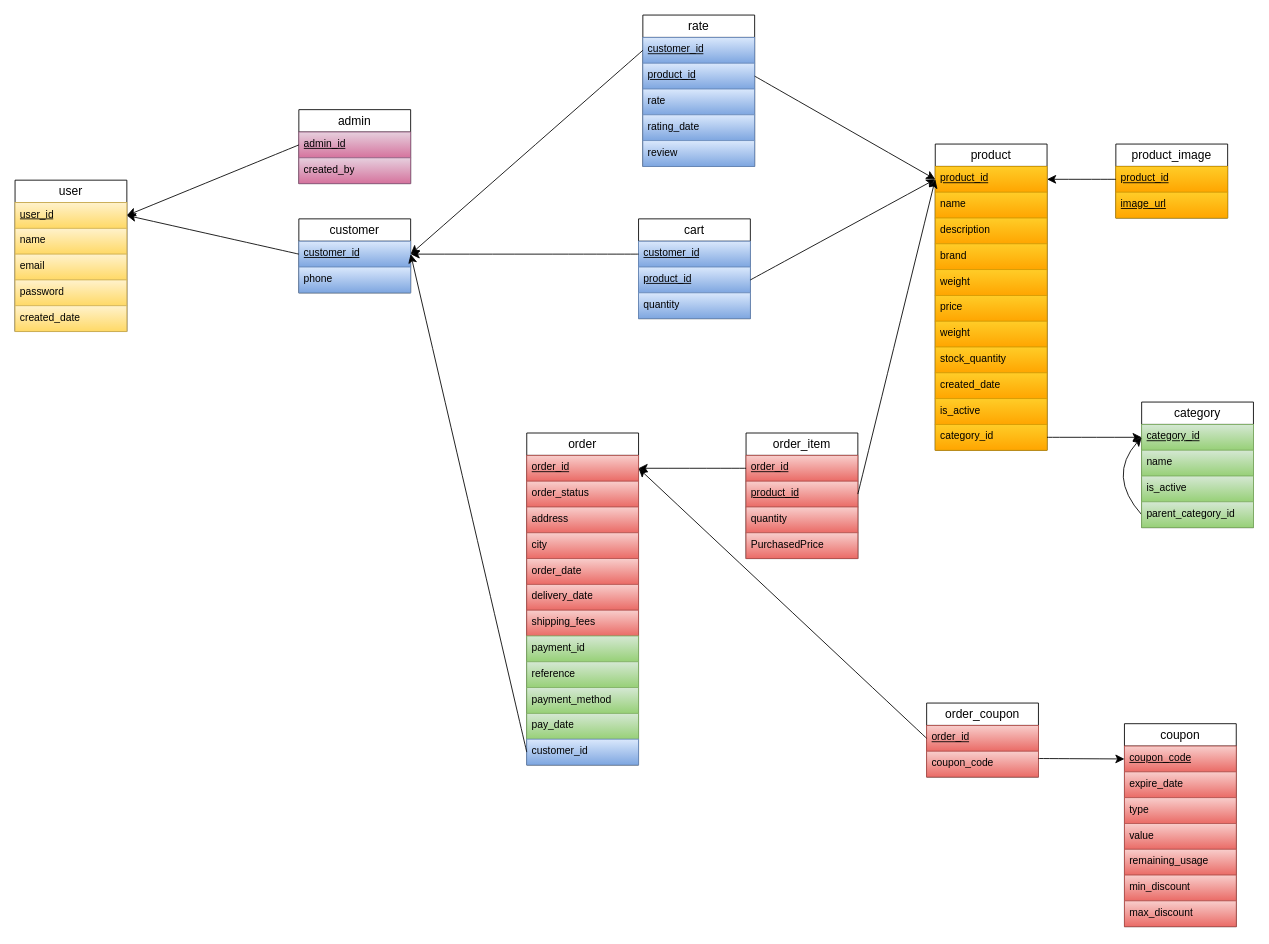
Earlier version of the draw.io diagram Online Store Schema.drawio (KerollosRady/Online-Store-Database). Source tidied: cells renumbered, new cells numbered last; positions are measured from the earlier drawing's top-left corner, leaving out a move shared by most shapes. Both pictures are drawn from the tidied source at 86%, with x=0, y=0 at pixel (15, 15).
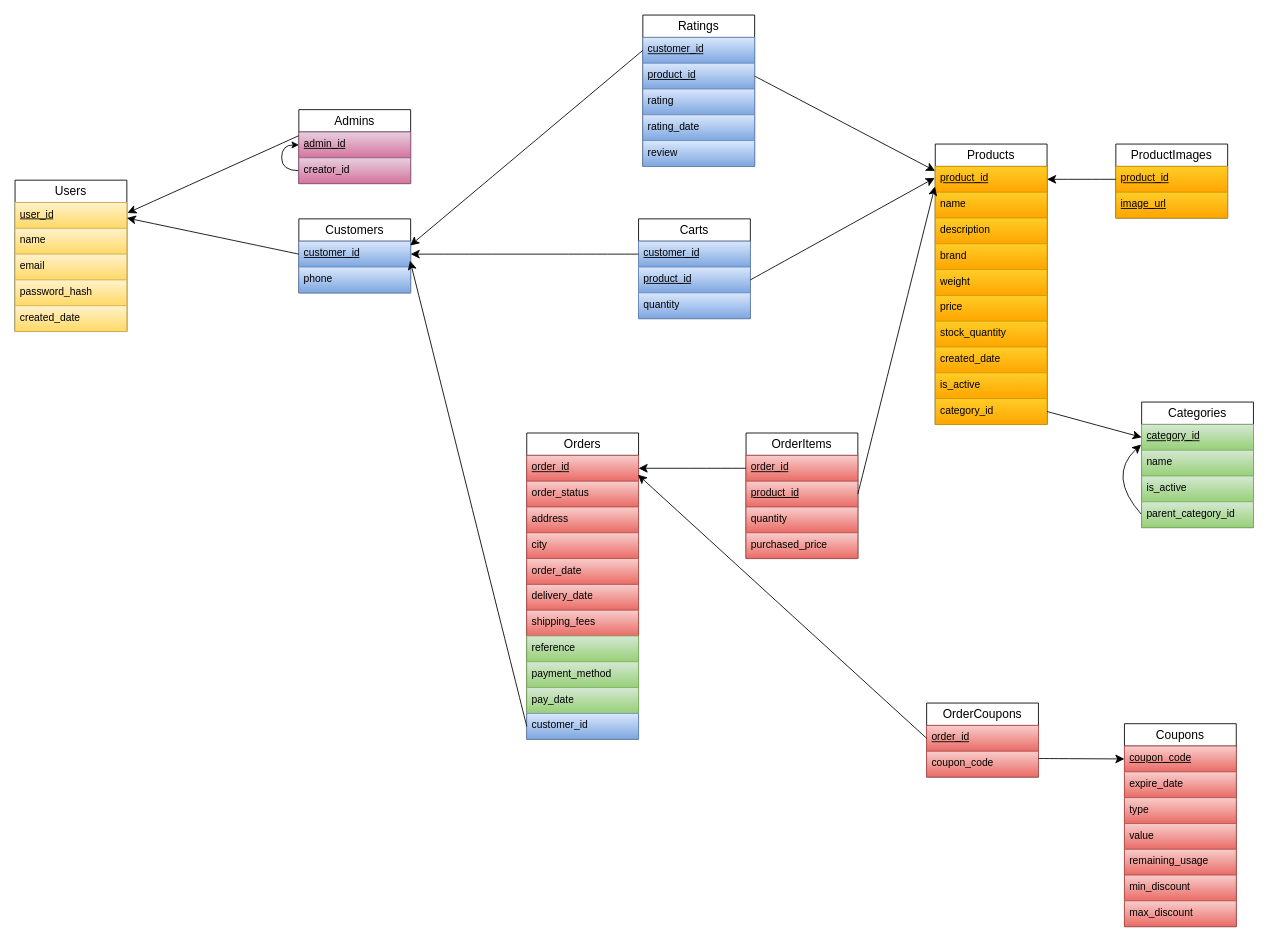
Above is the later version.

Commit message (it also covers changes not shown here):
Fix admin creation relationship and standardize entity names

The change refers to these unchanged cells:
```xml
<mxCell id="3" value="&lt;u&gt;user_id&lt;/u&gt;" style="text;spacingLeft=4;spacingRight=4;overflow=hidden;points=[[0,0.5],[1,0.5]];portConstraint=eastwest;fontSize=12;whiteSpace=wrap;html=1;fontStyle=0;fillColor=#fff2cc;gradientColor=#ffd966;strokeColor=#d6b656;" parent="2" vertex="1">
  <mxGeometry y="26" width="130" height="30" as="geometry" />
</mxCell>
<mxCell id="9" value="&lt;u&gt;admin_id&lt;/u&gt;" style="text;spacingLeft=4;spacingRight=4;overflow=hidden;points=[[0,0.5],[1,0.5]];portConstraint=eastwest;fontSize=12;whiteSpace=wrap;html=1;fontStyle=0;fillColor=#e6d0de;gradientColor=#d5739d;strokeColor=#996185;" parent="8" vertex="1">
  <mxGeometry y="26" width="130" height="30" as="geometry" />
</mxCell>
<mxCell id="12" value="&lt;u&gt;customer_id&lt;/u&gt;" style="text;spacingLeft=4;spacingRight=4;overflow=hidden;points=[[0,0.5],[1,0.5]];portConstraint=eastwest;fontSize=12;whiteSpace=wrap;html=1;fontStyle=0;fillColor=#dae8fc;gradientColor=#7ea6e0;strokeColor=#6c8ebf;" parent="11" vertex="1">
  <mxGeometry y="26" width="130" height="30" as="geometry" />
</mxCell>
<mxCell id="17" value="&lt;u&gt;product_id&lt;span style=&quot;white-space: pre;&quot;&gt;&#9;&lt;/span&gt;&lt;/u&gt;" style="text;spacingLeft=4;spacingRight=4;overflow=hidden;points=[[0,0.5],[1,0.5]];portConstraint=eastwest;fontSize=12;whiteSpace=wrap;html=1;fontStyle=0;fillColor=#ffcd28;gradientColor=#ffa500;strokeColor=#d79b00;" parent="16" vertex="1">
  <mxGeometry y="26" width="130" height="30" as="geometry" />
</mxCell>
<mxCell id="41" value="&lt;u&gt;order_id&lt;/u&gt;" style="text;spacingLeft=4;spacingRight=4;overflow=hidden;points=[[0,0.5],[1,0.5]];portConstraint=eastwest;fontSize=12;whiteSpace=wrap;html=1;fontStyle=0;fillColor=#f8cecc;gradientColor=#ea6b66;strokeColor=#b85450;" parent="40" vertex="1">
  <mxGeometry y="26" width="130" height="30" as="geometry" />
</mxCell>
<mxCell id="55" value="&lt;u&gt;category_id&lt;/u&gt;" style="text;spacingLeft=4;spacingRight=4;overflow=hidden;points=[[0,0.5],[1,0.5]];portConstraint=eastwest;fontSize=12;whiteSpace=wrap;html=1;fontStyle=0;fillColor=#d5e8d4;gradientColor=#97d077;strokeColor=#82b366;" parent="54" vertex="1">
  <mxGeometry y="26" width="130" height="30" as="geometry" />
</mxCell>
<mxCell id="59" value="parent_category_id" style="text;strokeColor=#82b366;fillColor=#d5e8d4;spacingLeft=4;spacingRight=4;overflow=hidden;points=[[0,0.5],[1,0.5]];portConstraint=eastwest;fontSize=12;whiteSpace=wrap;html=1;fontStyle=0;gradientColor=#97d077;" parent="54" vertex="1">
  <mxGeometry y="116" width="130" height="30" as="geometry" />
</mxCell>
<mxCell id="62" value="&lt;u&gt;order_id&lt;/u&gt;" style="text;spacingLeft=4;spacingRight=4;overflow=hidden;points=[[0,0.5],[1,0.5]];portConstraint=eastwest;fontSize=12;whiteSpace=wrap;html=1;fontStyle=0;fillColor=#f8cecc;gradientColor=#ea6b66;strokeColor=#b85450;" parent="61" vertex="1">
  <mxGeometry y="26" width="130" height="30" as="geometry" />
</mxCell>
<mxCell id="67" value="&lt;u&gt;customer_id&lt;/u&gt;" style="text;spacingLeft=4;spacingRight=4;overflow=hidden;points=[[0,0.5],[1,0.5]];portConstraint=eastwest;fontSize=12;whiteSpace=wrap;html=1;fontStyle=0;fillColor=#dae8fc;gradientColor=#7ea6e0;strokeColor=#6c8ebf;" parent="66" vertex="1">
  <mxGeometry y="26" width="130" height="30" as="geometry" />
</mxCell>
<mxCell id="68" value="&lt;u&gt;product_id&lt;/u&gt;" style="text;spacingLeft=4;spacingRight=4;overflow=hidden;points=[[0,0.5],[1,0.5]];portConstraint=eastwest;fontSize=12;whiteSpace=wrap;html=1;fontStyle=0;fillColor=#dae8fc;gradientColor=#7ea6e0;strokeColor=#6c8ebf;" parent="66" vertex="1">
  <mxGeometry y="56" width="130" height="30" as="geometry" />
</mxCell>
<mxCell id="76" value="&lt;u&gt;product_id&lt;/u&gt;" style="text;spacingLeft=4;spacingRight=4;overflow=hidden;points=[[0,0.5],[1,0.5]];portConstraint=eastwest;fontSize=12;whiteSpace=wrap;html=1;fontStyle=0;fillColor=#dae8fc;gradientColor=#7ea6e0;strokeColor=#6c8ebf;" parent="74" vertex="1">
  <mxGeometry y="56" width="130" height="30" as="geometry" />
</mxCell>
<mxCell id="82" value="&lt;u&gt;product_id&lt;/u&gt;" style="text;spacingLeft=4;spacingRight=4;overflow=hidden;points=[[0,0.5],[1,0.5]];portConstraint=eastwest;fontSize=12;whiteSpace=wrap;html=1;fontStyle=0;fillColor=#f8cecc;gradientColor=#ea6b66;strokeColor=#b85450;" parent="80" vertex="1">
  <mxGeometry y="56" width="130" height="30" as="geometry" />
</mxCell>
```

What changed in the source:
```diff
@@
-    <mxCell id="2" value="user" style="swimlane;fontStyle=0;horizontal=1;startSize=26;align=center;fontSize=14;whiteSpace=wrap;" parent="1" vertex="1">
+    <mxCell id="2" value="Users" style="swimlane;fontStyle=0;horizontal=1;startSize=26;align=center;fontSize=14;whiteSpace=wrap;" parent="1" vertex="1">
       <mxGeometry y="192" width="130" height="176" as="geometry" />
     </mxCell>
@@
-    <mxCell id="6" value="password" style="text;strokeColor=#d6b656;fillColor=#fff2cc;spacingLeft=4;spacingRight=4;overflow=hidden;fontSize=12;whiteSpace=wrap;html=1;fontStyle=0;gradientColor=#ffd966;" parent="2" vertex="1">
+    <mxCell id="6" value="password_hash" style="text;strokeColor=#d6b656;fillColor=#fff2cc;spacingLeft=4;spacingRight=4;overflow=hidden;fontSize=12;whiteSpace=wrap;html=1;fontStyle=0;gradientColor=#ffd966;" parent="2" vertex="1">
       <mxGeometry y="116" width="130" height="30" as="geometry" />
     </mxCell>
@@
-    <mxCell id="8" value="admin" style="swimlane;fontStyle=0;horizontal=1;startSize=26;align=center;fontSize=14;whiteSpace=wrap;" parent="1" vertex="1">
+    <mxCell id="8" value="Admins" style="swimlane;fontStyle=0;horizontal=1;startSize=26;align=center;fontSize=14;whiteSpace=wrap;" parent="1" vertex="1">
       <mxGeometry x="330" y="110" width="130" height="86" as="geometry" />
     </mxCell>
@@
+    <mxCell id="87" style="edgeStyle=orthogonalEdgeStyle;rounded=0;jettySize=auto;html=1;exitX=0;exitY=0.5;exitDx=0;exitDy=0;entryX=0;entryY=0.5;entryDx=0;entryDy=0;curved=1;" parent="8" edge="1" source="10" target="9">
+      <mxGeometry relative="1" as="geometry">
+        <Array as="points">
+          <mxPoint x="-20" y="71" />
+          <mxPoint x="-20" y="41" />
+        </Array>
+      </mxGeometry>
+    </mxCell>
-    <mxCell id="10" value="created_by" style="text;spacingLeft=4;spacingRight=4;overflow=hidden;points=[[0,0.5],[1,0.5]];portConstraint=eastwest;fontSize=12;whiteSpace=wrap;html=1;fontStyle=0;fillColor=#e6d0de;gradientColor=#d5739d;strokeColor=#996185;" parent="8" vertex="1">
+    <mxCell id="10" value="creator_id" style="text;spacingLeft=4;spacingRight=4;overflow=hidden;points=[[0,0.5],[1,0.5]];portConstraint=eastwest;fontSize=12;whiteSpace=wrap;html=1;fontStyle=0;fillColor=#e6d0de;gradientColor=#d5739d;strokeColor=#996185;" parent="8" vertex="1">
       <mxGeometry y="56" width="130" height="30" as="geometry" />
     </mxCell>
-    <mxCell id="11" value="customer" style="swimlane;fontStyle=0;horizontal=1;startSize=26;align=center;fontSize=14;whiteSpace=wrap;" parent="1" vertex="1">
+    <mxCell id="11" value="Customers" style="swimlane;fontStyle=0;horizontal=1;startSize=26;align=center;fontSize=14;whiteSpace=wrap;" parent="1" vertex="1">
       <mxGeometry x="330" y="237" width="130" height="86" as="geometry" />
     </mxCell>
@@
-    <mxCell id="14" style="edgeStyle=none;curved=1;rounded=0;jettySize=auto;html=1;exitX=0;exitY=0.5;exitDx=0;exitDy=0;entryX=1;entryY=0.5;entryDx=0;entryDy=0;fontSize=12;startSize=8;endSize=8;fontStyle=0;" parent="1" edge="1" source="9" target="3">
+    <mxCell id="14" style="edgeStyle=none;curved=1;rounded=0;jettySize=auto;html=1;exitX=-0.002;exitY=0.146;exitDx=0;exitDy=0;entryX=1.005;entryY=0.405;entryDx=0;entryDy=0;fontSize=12;startSize=8;endSize=8;fontStyle=0;exitPerimeter=0;entryPerimeter=0;" parent="1" edge="1" source="9" target="3">
       <mxGeometry relative="1" as="geometry" />
     </mxCell>
-    <mxCell id="15" style="edgeStyle=none;curved=1;rounded=0;jettySize=auto;html=1;exitX=0;exitY=0.5;exitDx=0;exitDy=0;entryX=1;entryY=0.5;entryDx=0;entryDy=0;fontSize=12;startSize=8;endSize=8;fontStyle=0;" parent="1" edge="1" source="12" target="3">
+    <mxCell id="15" style="edgeStyle=none;curved=1;rounded=0;jettySize=auto;html=1;exitX=0;exitY=0.5;exitDx=0;exitDy=0;entryX=1;entryY=0.25;entryDx=0;entryDy=0;fontSize=12;startSize=8;endSize=8;fontStyle=0;" parent="1" edge="1" source="12" target="2">
       <mxGeometry relative="1" as="geometry" />
     </mxCell>
-    <mxCell id="16" value="product" style="swimlane;fontStyle=0;horizontal=1;startSize=26;align=center;fontSize=14;whiteSpace=wrap;" parent="1" vertex="1">
-      <mxGeometry x="1070" y="150" width="130" height="356" as="geometry" />
+    <mxCell id="16" value="Products" style="swimlane;fontStyle=0;horizontal=1;startSize=26;align=center;fontSize=14;whiteSpace=wrap;" parent="1" vertex="1">
+      <mxGeometry x="1070" y="150" width="130" height="326" as="geometry" />
     </mxCell>
@@
-    <mxCell id="23" value="weight" style="text;strokeColor=#d79b00;fillColor=#ffcd28;spacingLeft=4;spacingRight=4;overflow=hidden;fontSize=12;whiteSpace=wrap;html=1;fontStyle=0;gradientColor=#ffa500;" parent="16" vertex="1">
-      <mxGeometry y="206" width="130" height="30" as="geometry" />
-    </mxCell>
     <mxCell id="24" value="stock_quantity" style="text;strokeColor=#d79b00;fillColor=#ffcd28;spacingLeft=4;spacingRight=4;overflow=hidden;fontSize=12;whiteSpace=wrap;html=1;fontStyle=0;gradientColor=#ffa500;" parent="16" vertex="1">
-      <mxGeometry y="236" width="130" height="30" as="geometry" />
+      <mxGeometry y="206" width="130" height="30" as="geometry" />
     </mxCell>
     <mxCell id="25" value="created_date" style="text;strokeColor=#d79b00;fillColor=#ffcd28;spacingLeft=4;spacingRight=4;overflow=hidden;fontSize=12;whiteSpace=wrap;html=1;fontStyle=0;gradientColor=#ffa500;" parent="16" vertex="1">
-      <mxGeometry y="266" width="130" height="30" as="geometry" />
+      <mxGeometry y="236" width="130" height="30" as="geometry" />
     </mxCell>
     <mxCell id="26" value="is_active" style="text;strokeColor=#d79b00;fillColor=#ffcd28;spacingLeft=4;spacingRight=4;overflow=hidden;fontSize=12;whiteSpace=wrap;html=1;fontStyle=0;gradientColor=#ffa500;" parent="16" vertex="1">
-      <mxGeometry y="296" width="130" height="30" as="geometry" />
+      <mxGeometry y="266" width="130" height="30" as="geometry" />
     </mxCell>
     <mxCell id="27" value="category_id" style="text;strokeColor=#d79b00;fillColor=#ffcd28;spacingLeft=4;spacingRight=4;overflow=hidden;points=[[0,0.5],[1,0.5]];portConstraint=eastwest;fontSize=12;whiteSpace=wrap;html=1;fontStyle=0;gradientColor=#ffa500;" parent="16" vertex="1">
-      <mxGeometry y="326" width="130" height="30" as="geometry" />
+      <mxGeometry y="296" width="130" height="30" as="geometry" />
     </mxCell>
-    <mxCell id="28" value="product_image" style="swimlane;fontStyle=0;horizontal=1;startSize=26;align=center;fontSize=14;whiteSpace=wrap;" parent="1" vertex="1">
+    <mxCell id="28" value="ProductImages" style="swimlane;fontStyle=0;horizontal=1;startSize=26;align=center;fontSize=14;whiteSpace=wrap;" parent="1" vertex="1">
       <mxGeometry x="1280" y="150" width="130" height="86" as="geometry" />
     </mxCell>
@@
-    <mxCell id="32" value="coupon" style="swimlane;fontStyle=0;horizontal=1;startSize=26;align=center;fontSize=14;whiteSpace=wrap;" parent="1" vertex="1">
+    <mxCell id="32" value="Coupons" style="swimlane;fontStyle=0;horizontal=1;startSize=26;align=center;fontSize=14;whiteSpace=wrap;" parent="1" vertex="1">
       <mxGeometry x="1290" y="824" width="130" height="236" as="geometry" />
     </mxCell>
@@
-    <mxCell id="40" value="order" style="swimlane;fontStyle=0;horizontal=1;startSize=26;align=center;fontSize=14;whiteSpace=wrap;" parent="1" vertex="1">
-      <mxGeometry x="595" y="486" width="130" height="386" as="geometry" />
+    <mxCell id="40" value="Orders" style="swimlane;fontStyle=0;horizontal=1;startSize=26;align=center;fontSize=14;whiteSpace=wrap;" parent="1" vertex="1">
+      <mxGeometry x="595" y="486" width="130" height="356" as="geometry" />
     </mxCell>
@@
-    <mxCell id="48" value="&lt;span style=&quot;text-align: center;&quot;&gt;payment_id&lt;/span&gt;" style="text;spacingLeft=4;spacingRight=4;overflow=hidden;fontSize=12;whiteSpace=wrap;html=1;fontStyle=0;fillColor=#d5e8d4;gradientColor=#97d077;strokeColor=#82b366;" parent="40" vertex="1">
-      <mxGeometry y="236" width="130" height="30" as="geometry" />
-    </mxCell>
     <mxCell id="49" value="&lt;span style=&quot;text-align: center;&quot;&gt;reference&lt;/span&gt;" style="text;strokeColor=#82b366;fillColor=#d5e8d4;spacingLeft=4;spacingRight=4;overflow=hidden;fontSize=12;whiteSpace=wrap;html=1;fontStyle=0;gradientColor=#97d077;" parent="40" vertex="1">
-      <mxGeometry y="266" width="130" height="30" as="geometry" />
+      <mxGeometry y="236" width="130" height="30" as="geometry" />
     </mxCell>
     <mxCell id="50" value="&lt;span style=&quot;text-align: center;&quot;&gt;payment_method&lt;/span&gt;" style="text;strokeColor=#82b366;fillColor=#d5e8d4;spacingLeft=4;spacingRight=4;overflow=hidden;fontSize=12;whiteSpace=wrap;html=1;fontStyle=0;gradientColor=#97d077;" parent="40" vertex="1">
-      <mxGeometry y="296" width="130" height="30" as="geometry" />
+      <mxGeometry y="266" width="130" height="30" as="geometry" />
     </mxCell>
     <mxCell id="51" value="&lt;span style=&quot;text-align: center;&quot;&gt;pay_date&lt;/span&gt;" style="text;strokeColor=#82b366;fillColor=#d5e8d4;spacingLeft=4;spacingRight=4;overflow=hidden;fontSize=12;whiteSpace=wrap;html=1;fontStyle=0;gradientColor=#97d077;" parent="40" vertex="1">
-      <mxGeometry y="326" width="130" height="30" as="geometry" />
+      <mxGeometry y="296" width="130" height="30" as="geometry" />
     </mxCell>
     <mxCell id="52" value="&lt;span style=&quot;text-align: center;&quot;&gt;customer_id&lt;/span&gt;" style="text;strokeColor=#6c8ebf;fillColor=#dae8fc;spacingLeft=4;spacingRight=4;overflow=hidden;points=[[0,0.5],[1,0.5]];portConstraint=eastwest;fontSize=12;whiteSpace=wrap;html=1;fontStyle=0;gradientColor=#7ea6e0;" parent="40" vertex="1">
-      <mxGeometry y="356" width="130" height="30" as="geometry" />
+      <mxGeometry y="326" width="130" height="30" as="geometry" />
     </mxCell>
-    <mxCell id="53" style="edgeStyle=none;curved=1;rounded=0;jettySize=auto;html=1;exitX=0;exitY=0.5;exitDx=0;exitDy=0;entryX=1;entryY=0.5;entryDx=0;entryDy=0;fontSize=12;startSize=8;endSize=8;fontStyle=0;" parent="1" edge="1" source="52" target="12">
+    <mxCell id="53" style="edgeStyle=none;curved=1;rounded=0;jettySize=auto;html=1;exitX=0;exitY=0.5;exitDx=0;exitDy=0;entryX=0.995;entryY=0.756;entryDx=0;entryDy=0;fontSize=12;startSize=8;endSize=8;fontStyle=0;entryPerimeter=0;" parent="1" edge="1" source="52" target="12">
       <mxGeometry relative="1" as="geometry" />
     </mxCell>
-    <mxCell id="54" value="category" style="swimlane;fontStyle=0;horizontal=1;startSize=26;align=center;fontSize=14;whiteSpace=wrap;" parent="1" vertex="1">
+    <mxCell id="54" value="Categories" style="swimlane;fontStyle=0;horizontal=1;startSize=26;align=center;fontSize=14;whiteSpace=wrap;" parent="1" vertex="1">
       <mxGeometry x="1310" y="450" width="130" height="146" as="geometry" />
     </mxCell>
@@
-    <mxCell id="58" style="edgeStyle=none;curved=1;rounded=0;jettySize=auto;html=1;exitX=0;exitY=0.5;exitDx=0;exitDy=0;fontSize=12;startSize=8;endSize=8;entryX=0;entryY=0.5;entryDx=0;entryDy=0;fontStyle=0;fillColor=#d5e8d4;gradientColor=#97d077;strokeColor=#000000;" parent="54" edge="1" source="59" target="55">
+    <mxCell id="58" style="edgeStyle=none;curved=1;rounded=0;jettySize=auto;html=1;exitX=0;exitY=0.5;exitDx=0;exitDy=0;fontSize=12;startSize=8;endSize=8;entryX=-0.005;entryY=0.779;entryDx=0;entryDy=0;fontStyle=0;fillColor=#d5e8d4;gradientColor=#97d077;strokeColor=#000000;entryPerimeter=0;" parent="54" edge="1" source="59" target="55">
       <mxGeometry relative="1" as="geometry">
         <Array as="points">
           <mxPoint x="-40" y="86" />
         </Array>
       </mxGeometry>
     </mxCell>
@@
-    <mxCell id="61" value="order_coupon" style="swimlane;fontStyle=0;horizontal=1;startSize=26;align=center;fontSize=14;whiteSpace=wrap;" parent="1" vertex="1">
+    <mxCell id="61" value="OrderCoupons" style="swimlane;fontStyle=0;horizontal=1;startSize=26;align=center;fontSize=14;whiteSpace=wrap;" parent="1" vertex="1">
       <mxGeometry x="1060" y="800" width="130" height="86" as="geometry" />
     </mxCell>
@@
-    <mxCell id="65" style="edgeStyle=none;curved=1;rounded=0;jettySize=auto;html=1;exitX=0;exitY=0.5;exitDx=0;exitDy=0;entryX=1;entryY=0.5;entryDx=0;entryDy=0;fontSize=12;startSize=8;endSize=8;fontStyle=0;" parent="1" edge="1" source="62" target="41">
+    <mxCell id="65" style="edgeStyle=none;curved=1;rounded=0;jettySize=auto;html=1;exitX=0;exitY=0.5;exitDx=0;exitDy=0;entryX=0.995;entryY=0.751;entryDx=0;entryDy=0;fontSize=12;startSize=8;endSize=8;fontStyle=0;entryPerimeter=0;" parent="1" edge="1" source="62" target="41">
       <mxGeometry relative="1" as="geometry" />
     </mxCell>
-    <mxCell id="66" value="rate" style="swimlane;fontStyle=0;horizontal=1;startSize=26;align=center;fontSize=14;whiteSpace=wrap;" parent="1" vertex="1">
+    <mxCell id="66" value="Ratings" style="swimlane;fontStyle=0;horizontal=1;startSize=26;align=center;fontSize=14;whiteSpace=wrap;" parent="1" vertex="1">
       <mxGeometry x="730" width="130" height="176" as="geometry" />
     </mxCell>
@@
-    <mxCell id="69" value="rate" style="text;strokeColor=#6c8ebf;fillColor=#dae8fc;spacingLeft=4;spacingRight=4;overflow=hidden;fontSize=12;whiteSpace=wrap;html=1;fontStyle=0;gradientColor=#7ea6e0;" parent="66" vertex="1">
+    <mxCell id="69" value="rating" style="text;strokeColor=#6c8ebf;fillColor=#dae8fc;spacingLeft=4;spacingRight=4;overflow=hidden;fontSize=12;whiteSpace=wrap;html=1;fontStyle=0;gradientColor=#7ea6e0;" parent="66" vertex="1">
       <mxGeometry y="86" width="130" height="30" as="geometry" />
     </mxCell>
@@
-    <mxCell id="72" style="edgeStyle=none;curved=1;rounded=0;jettySize=auto;html=1;exitX=0;exitY=0.5;exitDx=0;exitDy=0;entryX=1;entryY=0.5;entryDx=0;entryDy=0;fontSize=12;startSize=8;endSize=8;" parent="1" edge="1" source="67" target="12">
+    <mxCell id="72" style="edgeStyle=none;curved=1;rounded=0;jettySize=auto;html=1;exitX=0;exitY=0.5;exitDx=0;exitDy=0;entryX=0.996;entryY=0.166;entryDx=0;entryDy=0;fontSize=12;startSize=8;endSize=8;entryPerimeter=0;" parent="1" edge="1" source="67" target="12">
       <mxGeometry relative="1" as="geometry" />
     </mxCell>
-    <mxCell id="73" style="edgeStyle=none;curved=1;rounded=0;jettySize=auto;html=1;exitX=1;exitY=0.5;exitDx=0;exitDy=0;entryX=0;entryY=0.5;entryDx=0;entryDy=0;fontSize=12;startSize=8;endSize=8;" parent="1" edge="1" source="68" target="17">
+    <mxCell id="73" style="edgeStyle=none;curved=1;rounded=0;jettySize=auto;html=1;exitX=1;exitY=0.5;exitDx=0;exitDy=0;entryX=-0.001;entryY=0.175;entryDx=0;entryDy=0;fontSize=12;startSize=8;endSize=8;entryPerimeter=0;" parent="1" edge="1" source="68" target="17">
       <mxGeometry relative="1" as="geometry" />
     </mxCell>
-    <mxCell id="74" value="cart" style="swimlane;fontStyle=0;horizontal=1;startSize=26;align=center;fontSize=14;whiteSpace=wrap;" parent="1" vertex="1">
+    <mxCell id="74" value="Carts" style="swimlane;fontStyle=0;horizontal=1;startSize=26;align=center;fontSize=14;whiteSpace=wrap;" parent="1" vertex="1">
       <mxGeometry x="725" y="237" width="130" height="116" as="geometry" />
     </mxCell>
@@
-    <mxCell id="79" style="edgeStyle=none;curved=1;rounded=0;jettySize=auto;html=1;exitX=1;exitY=0.5;exitDx=0;exitDy=0;entryX=0;entryY=0.5;entryDx=0;entryDy=0;fontSize=12;startSize=8;endSize=8;" parent="1" edge="1" source="76" target="17">
+    <mxCell id="79" style="edgeStyle=none;curved=1;rounded=0;jettySize=auto;html=1;exitX=1;exitY=0.5;exitDx=0;exitDy=0;entryX=-0.005;entryY=0.446;entryDx=0;entryDy=0;fontSize=12;startSize=8;endSize=8;entryPerimeter=0;" parent="1" edge="1" source="76" target="17">
       <mxGeometry relative="1" as="geometry" />
     </mxCell>
-    <mxCell id="80" value="order_item" style="swimlane;fontStyle=0;horizontal=1;startSize=26;align=center;fontSize=14;whiteSpace=wrap;" parent="1" vertex="1">
+    <mxCell id="80" value="OrderItems" style="swimlane;fontStyle=0;horizontal=1;startSize=26;align=center;fontSize=14;whiteSpace=wrap;" parent="1" vertex="1">
       <mxGeometry x="850" y="486" width="130" height="146" as="geometry" />
     </mxCell>
@@
-    <mxCell id="84" value="&lt;span style=&quot;text-align: center;&quot;&gt;PurchasedPrice&lt;/span&gt;" style="text;strokeColor=#b85450;fillColor=#f8cecc;spacingLeft=4;spacingRight=4;overflow=hidden;fontSize=12;whiteSpace=wrap;html=1;fontStyle=0;gradientColor=#ea6b66;" parent="80" vertex="1">
+    <mxCell id="84" value="&lt;span style=&quot;text-align: center;&quot;&gt;purchased_price&lt;/span&gt;" style="text;strokeColor=#b85450;fillColor=#f8cecc;spacingLeft=4;spacingRight=4;overflow=hidden;fontSize=12;whiteSpace=wrap;html=1;fontStyle=0;gradientColor=#ea6b66;" parent="80" vertex="1">
       <mxGeometry y="116" width="130" height="30" as="geometry" />
     </mxCell>
@@
-    <mxCell id="86" style="edgeStyle=none;curved=1;rounded=0;jettySize=auto;html=1;exitX=1;exitY=0.5;exitDx=0;exitDy=0;entryX=0;entryY=0.5;entryDx=0;entryDy=0;fontSize=12;startSize=8;endSize=8;" parent="1" edge="1" source="82" target="17">
+    <mxCell id="86" style="edgeStyle=none;curved=1;rounded=0;jettySize=auto;html=1;exitX=1;exitY=0.5;exitDx=0;exitDy=0;entryX=-0.003;entryY=0.778;entryDx=0;entryDy=0;fontSize=12;startSize=8;endSize=8;entryPerimeter=0;" parent="1" edge="1" source="82" target="17">
       <mxGeometry relative="1" as="geometry" />
     </mxCell>
```
